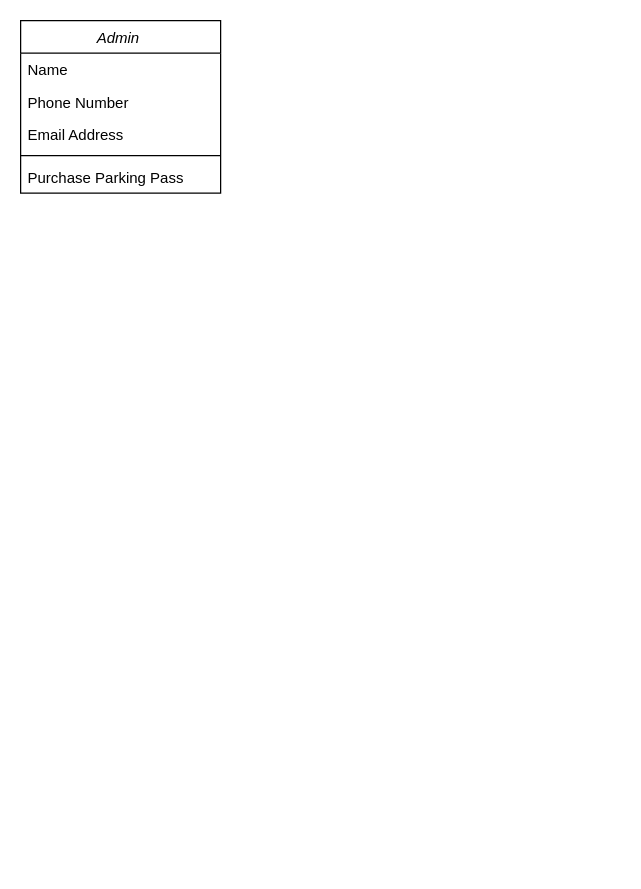
TTHTech/DiagramForWebBooking keeps this draw.io diagram as page "Page-1" (1 of 2) of Biểu đồ không có tiêu đề.drawio. Above is the earlier version. Source tidied: cells renumbered, new cells numbered last; positions are measured from the earlier drawing's top-left corner, leaving out a move shared by most shapes. Both pictures are drawn from the tidied source at 125%, with x=0, y=0 at pixel (20, 20).
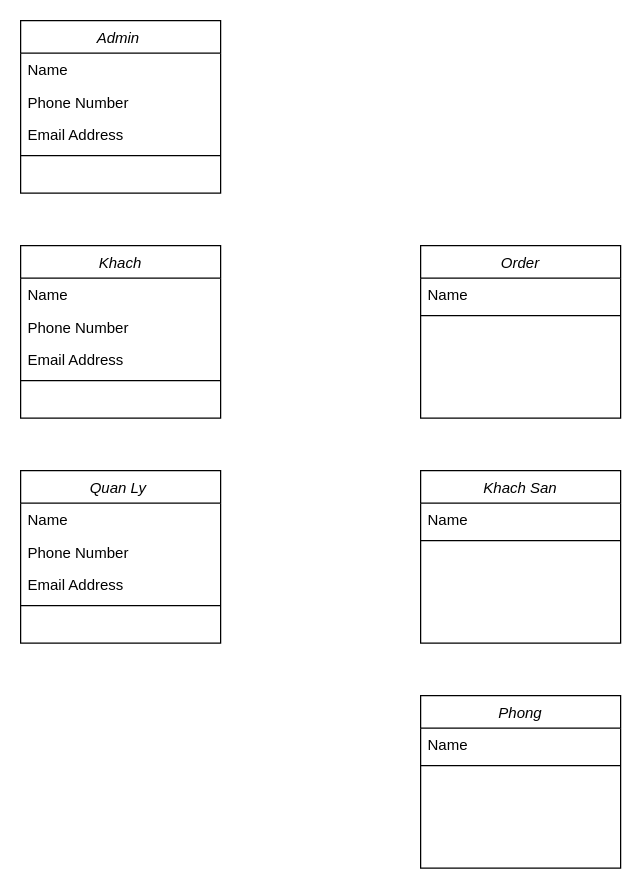
After the change.

Commit message (it also covers changes not shown here):
Cập nhật Biểu đồ không có tiêu đề.drawio

Unchanged cells that the change refers to:
```xml
<mxCell id="2" value="Admin " style="swimlane;fontStyle=2;align=center;verticalAlign=top;horizontal=1;startSize=26;rounded=0;shadow=0;strokeWidth=1;" parent="1" vertex="1">
  <mxGeometry width="160" height="138" as="geometry" />
</mxCell>
```

Change to the diagram source:
```diff
@@
-    <mxCell id="7" value="Purchase Parking Pass" style="text;align=left;verticalAlign=top;spacingLeft=4;spacingRight=4;overflow=hidden;" parent="2" vertex="1">
-      <mxGeometry y="112" width="160" height="26" as="geometry" />
-    </mxCell>
+    <mxCell id="8" value="Khach" style="swimlane;fontStyle=2;align=center;verticalAlign=top;horizontal=1;startSize=26;rounded=0;shadow=0;strokeWidth=1;" parent="1" vertex="1">
+      <mxGeometry y="180" width="160" height="138" as="geometry" />
+    </mxCell>
+    <mxCell id="9" value="Name" style="text;align=left;verticalAlign=top;spacingLeft=4;spacingRight=4;overflow=hidden;" parent="8" vertex="1">
+      <mxGeometry y="26" width="160" height="26" as="geometry" />
+    </mxCell>
+    <mxCell id="10" value="Phone Number" style="text;align=left;verticalAlign=top;spacingLeft=4;spacingRight=4;overflow=hidden;rounded=0;shadow=0;html=0;" parent="8" vertex="1">
+      <mxGeometry y="52" width="160" height="26" as="geometry" />
+    </mxCell>
+    <mxCell id="11" value="Email Address" style="text;align=left;verticalAlign=top;spacingLeft=4;spacingRight=4;overflow=hidden;rounded=0;shadow=0;html=0;" parent="8" vertex="1">
+      <mxGeometry y="78" width="160" height="26" as="geometry" />
+    </mxCell>
+    <mxCell id="12" style="line;html=1;strokeWidth=1;align=left;verticalAlign=middle;spacingTop=-1;spacingLeft=3;spacingRight=3;labelPosition=right;" parent="8" vertex="1">
+      <mxGeometry y="104" width="160" height="8" as="geometry" />
+    </mxCell>
+    <mxCell id="13" value="Quan Ly " style="swimlane;fontStyle=2;align=center;verticalAlign=top;horizontal=1;startSize=26;rounded=0;shadow=0;strokeWidth=1;" parent="1" vertex="1">
+      <mxGeometry y="360" width="160" height="138" as="geometry" />
+    </mxCell>
+    <mxCell id="14" value="Name" style="text;align=left;verticalAlign=top;spacingLeft=4;spacingRight=4;overflow=hidden;" parent="13" vertex="1">
+      <mxGeometry y="26" width="160" height="26" as="geometry" />
+    </mxCell>
+    <mxCell id="15" value="Phone Number" style="text;align=left;verticalAlign=top;spacingLeft=4;spacingRight=4;overflow=hidden;rounded=0;shadow=0;html=0;" parent="13" vertex="1">
+      <mxGeometry y="52" width="160" height="26" as="geometry" />
+    </mxCell>
+    <mxCell id="16" value="Email Address" style="text;align=left;verticalAlign=top;spacingLeft=4;spacingRight=4;overflow=hidden;rounded=0;shadow=0;html=0;" parent="13" vertex="1">
+      <mxGeometry y="78" width="160" height="26" as="geometry" />
+    </mxCell>
+    <mxCell id="17" style="line;html=1;strokeWidth=1;align=left;verticalAlign=middle;spacingTop=-1;spacingLeft=3;spacingRight=3;labelPosition=right;" parent="13" vertex="1">
+      <mxGeometry y="104" width="160" height="8" as="geometry" />
+    </mxCell>
+    <mxCell id="18" value="Khach San" style="swimlane;fontStyle=2;align=center;verticalAlign=top;horizontal=1;startSize=26;rounded=0;shadow=0;strokeWidth=1;" parent="1" vertex="1">
+      <mxGeometry x="320" y="360" width="160" height="138" as="geometry" />
+    </mxCell>
+    <mxCell id="19" value="Name" style="text;align=left;verticalAlign=top;spacingLeft=4;spacingRight=4;overflow=hidden;" parent="18" vertex="1">
+      <mxGeometry y="26" width="160" height="26" as="geometry" />
+    </mxCell>
+    <mxCell id="20" style="line;html=1;strokeWidth=1;align=left;verticalAlign=middle;spacingTop=-1;spacingLeft=3;spacingRight=3;labelPosition=right;" parent="18" vertex="1">
+      <mxGeometry y="52" width="160" height="8" as="geometry" />
+    </mxCell>
+    <mxCell id="21" value="Phong" style="swimlane;fontStyle=2;align=center;verticalAlign=top;horizontal=1;startSize=26;rounded=0;shadow=0;strokeWidth=1;" parent="1" vertex="1">
+      <mxGeometry x="320" y="540" width="160" height="138" as="geometry" />
+    </mxCell>
+    <mxCell id="22" value="Name" style="text;align=left;verticalAlign=top;spacingLeft=4;spacingRight=4;overflow=hidden;" parent="21" vertex="1">
+      <mxGeometry y="26" width="160" height="26" as="geometry" />
+    </mxCell>
+    <mxCell id="23" style="line;html=1;strokeWidth=1;align=left;verticalAlign=middle;spacingTop=-1;spacingLeft=3;spacingRight=3;labelPosition=right;" parent="21" vertex="1">
+      <mxGeometry y="52" width="160" height="8" as="geometry" />
+    </mxCell>
+    <mxCell id="24" value="Order" style="swimlane;fontStyle=2;align=center;verticalAlign=top;horizontal=1;startSize=26;rounded=0;shadow=0;strokeWidth=1;" parent="1" vertex="1">
+      <mxGeometry x="320" y="180" width="160" height="138" as="geometry" />
+    </mxCell>
+    <mxCell id="25" value="Name" style="text;align=left;verticalAlign=top;spacingLeft=4;spacingRight=4;overflow=hidden;" parent="24" vertex="1">
+      <mxGeometry y="26" width="160" height="26" as="geometry" />
+    </mxCell>
+    <mxCell id="26" style="line;html=1;strokeWidth=1;align=left;verticalAlign=middle;spacingTop=-1;spacingLeft=3;spacingRight=3;labelPosition=right;" parent="24" vertex="1">
+      <mxGeometry y="52" width="160" height="8" as="geometry" />
+    </mxCell>
```
